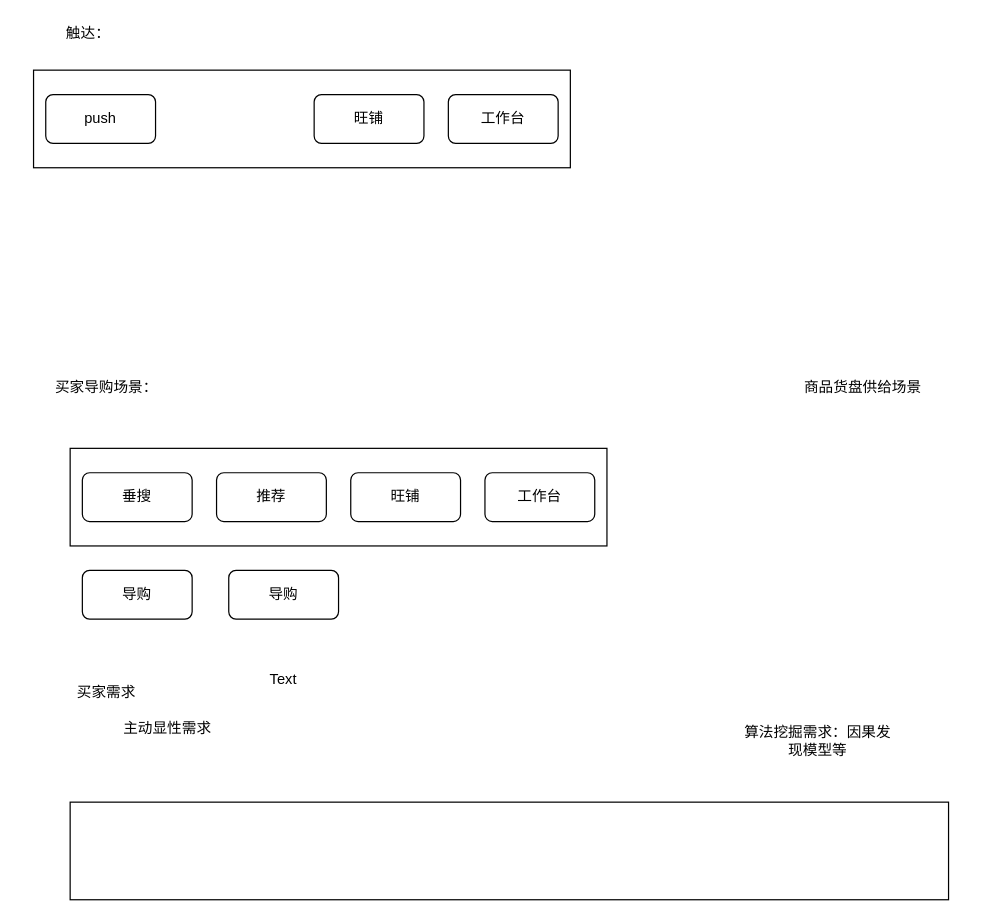
klevantrain/wxproject keeps this draw.io diagram as Untitled Diagram.drawio. Above is the earlier version. Source tidied: cells renumbered, new cells numbered last; positions are measured from the earlier drawing's top-left corner, leaving out a move shared by most shapes. Both pictures are drawn from the tidied source at 122%, with x=0, y=0 at pixel (21, 21).
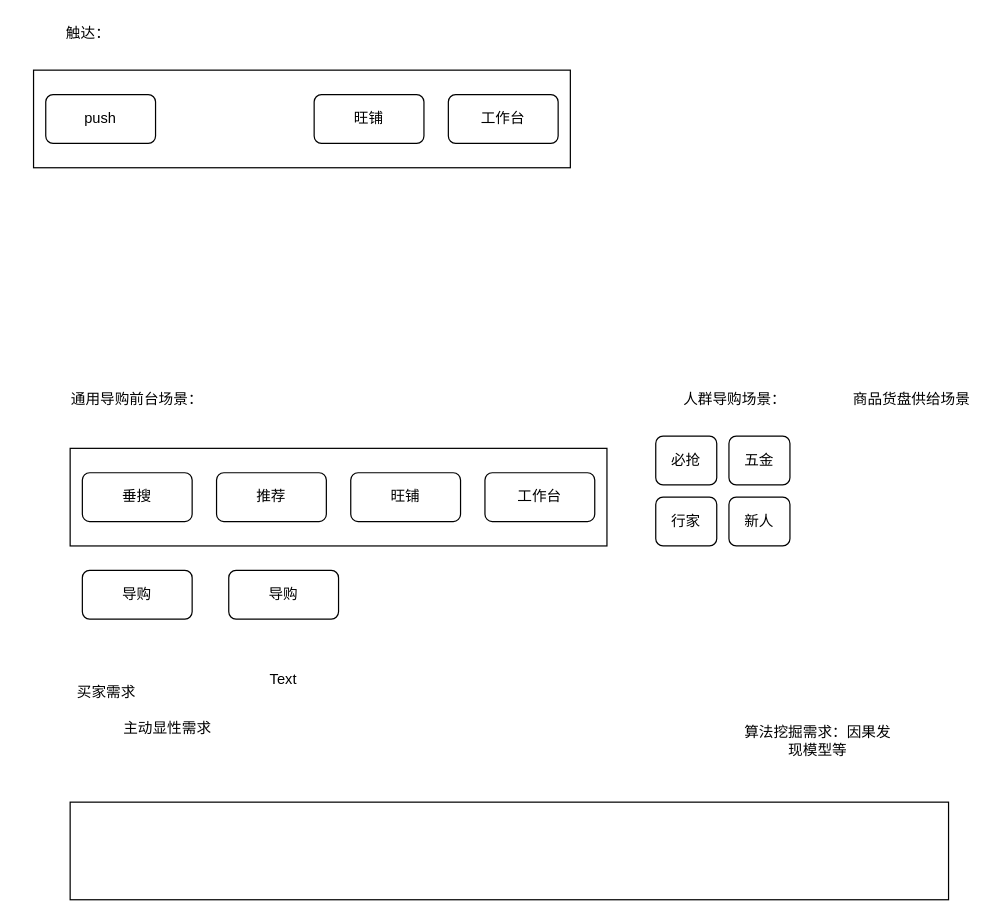
After the change.

Change to the diagram source:
```diff
@@
-    <mxCell id="5" value="买家导购场景：" style="text;html=1;strokeColor=none;fillColor=none;align=center;verticalAlign=middle;whiteSpace=wrap;rounded=0;" parent="1" vertex="1">
-      <mxGeometry x="15" y="290" width="110" height="20" as="geometry" />
+    <mxCell id="5" value="通用导购前台场景：" style="text;html=1;strokeColor=none;fillColor=none;align=center;verticalAlign=middle;whiteSpace=wrap;rounded=0;" parent="1" vertex="1">
+      <mxGeometry x="40" y="300" width="110" height="20" as="geometry" />
     </mxCell>
@@
     <mxCell id="12" value="商品货盘供给场景" style="text;html=1;strokeColor=none;fillColor=none;align=center;verticalAlign=middle;whiteSpace=wrap;rounded=0;" parent="1" vertex="1">
-      <mxGeometry x="630" y="290" width="120" height="20" as="geometry" />
+      <mxGeometry x="670" y="300" width="120" height="20" as="geometry" />
     </mxCell>
@@
+    <mxCell id="21" value="人群导购场景：" style="text;html=1;strokeColor=none;fillColor=none;align=center;verticalAlign=middle;whiteSpace=wrap;rounded=0;" parent="1" vertex="1">
+      <mxGeometry x="530" y="300" width="110" height="20" as="geometry" />
+    </mxCell>
+    <mxCell id="22" value="必抢" style="rounded=1;whiteSpace=wrap;html=1;" parent="1" vertex="1">
+      <mxGeometry x="520" y="340" width="50" height="40" as="geometry" />
+    </mxCell>
+    <mxCell id="23" value="五金" style="rounded=1;whiteSpace=wrap;html=1;" parent="1" vertex="1">
+      <mxGeometry x="580" y="340" width="50" height="40" as="geometry" />
+    </mxCell>
+    <mxCell id="24" value="行家" style="rounded=1;whiteSpace=wrap;html=1;" parent="1" vertex="1">
+      <mxGeometry x="520" y="390" width="50" height="40" as="geometry" />
+    </mxCell>
+    <mxCell id="25" value="新人" style="rounded=1;whiteSpace=wrap;html=1;" parent="1" vertex="1">
+      <mxGeometry x="580" y="390" width="50" height="40" as="geometry" />
+    </mxCell>
```
